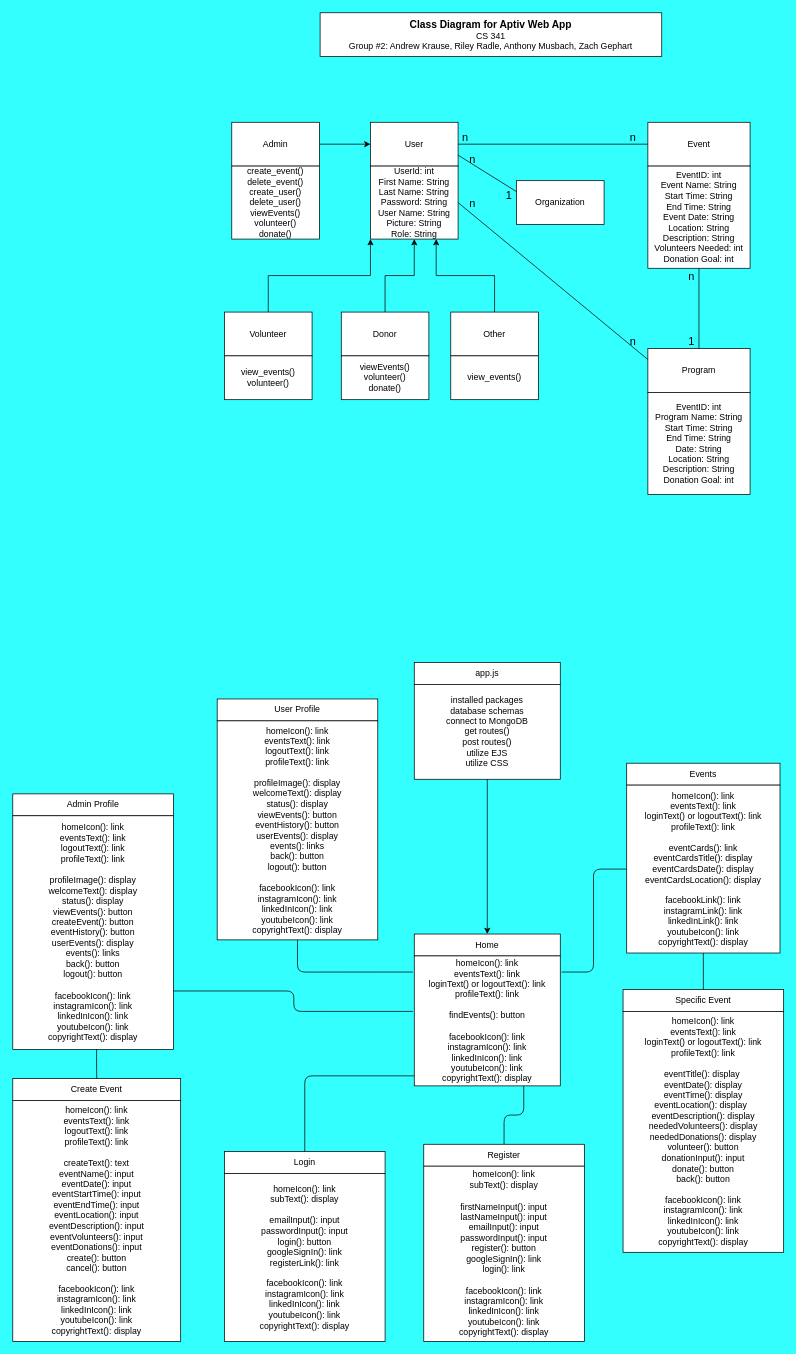
Before: Architecture-Design/DrawIO-Files/Architectural-Design(Class-Diagrams).drawio in Andrew-EKrause/TeamAptiv-Web-App, a draw.io diagram. Source tidied: cells renumbered, new cells numbered last; positions are measured from the earlier drawing's top-left corner, leaving out a move shared by most shapes. Both pictures are drawn from the tidied source at 73%, with x=0, y=0 at pixel (12, 12).
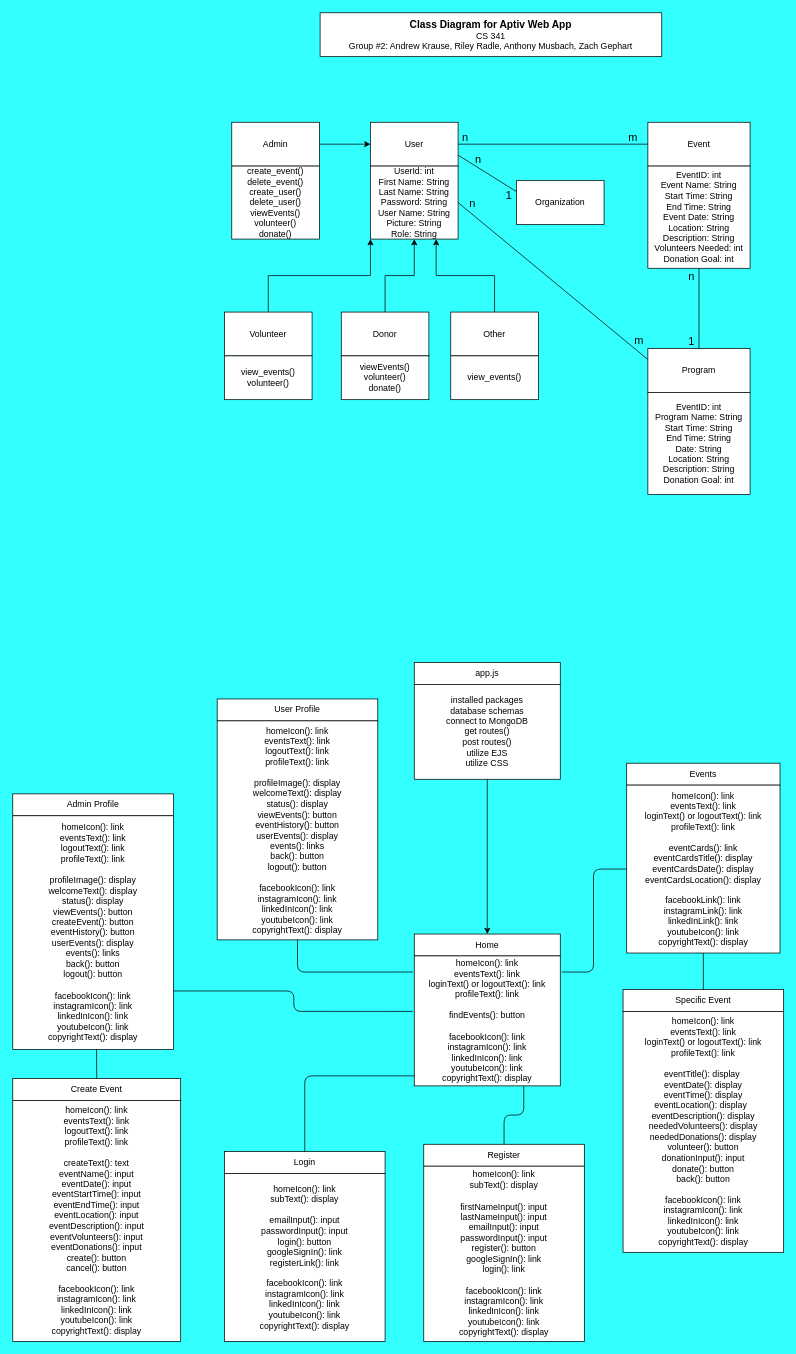
Above is the later version.

Diff of the diagram source:
```diff
@@
-    <mxCell id="24" value="&lt;font style=&quot;font-size: 15px&quot;&gt;n&lt;/font&gt;" style="text;html=1;strokeColor=none;fillColor=none;align=center;verticalAlign=middle;whiteSpace=wrap;rounded=0;" parent="1" vertex="1">
-      <mxGeometry x="830" y="440" width="40" height="20" as="geometry" />
+    <mxCell id="24" value="&lt;span style=&quot;font-size: 15px&quot;&gt;m&lt;/span&gt;" style="text;html=1;strokeColor=none;fillColor=none;align=center;verticalAlign=middle;whiteSpace=wrap;rounded=0;" parent="1" vertex="1">
+      <mxGeometry x="838" y="438" width="40" height="20" as="geometry" />
     </mxCell>
@@
-    <mxCell id="27" value="&lt;font style=&quot;font-size: 15px&quot;&gt;n&lt;/font&gt;" style="text;html=1;strokeColor=none;fillColor=none;align=center;verticalAlign=middle;whiteSpace=wrap;rounded=0;" parent="1" vertex="1">
+    <mxCell id="27" value="&lt;font style=&quot;font-size: 15px&quot;&gt;m&lt;/font&gt;" style="text;html=1;strokeColor=none;fillColor=none;align=center;verticalAlign=middle;whiteSpace=wrap;rounded=0;" parent="1" vertex="1">
       <mxGeometry x="830" y="160" width="40" height="20" as="geometry" />
     </mxCell>
@@
     <mxCell id="31" value="&lt;font style=&quot;font-size: 15px&quot;&gt;n&lt;/font&gt;" style="text;html=1;strokeColor=none;fillColor=none;align=center;verticalAlign=middle;whiteSpace=wrap;rounded=0;" parent="1" vertex="1">
-      <mxGeometry x="610" y="190" width="40" height="20" as="geometry" />
+      <mxGeometry x="618" y="190" width="40" height="20" as="geometry" />
     </mxCell>
```
